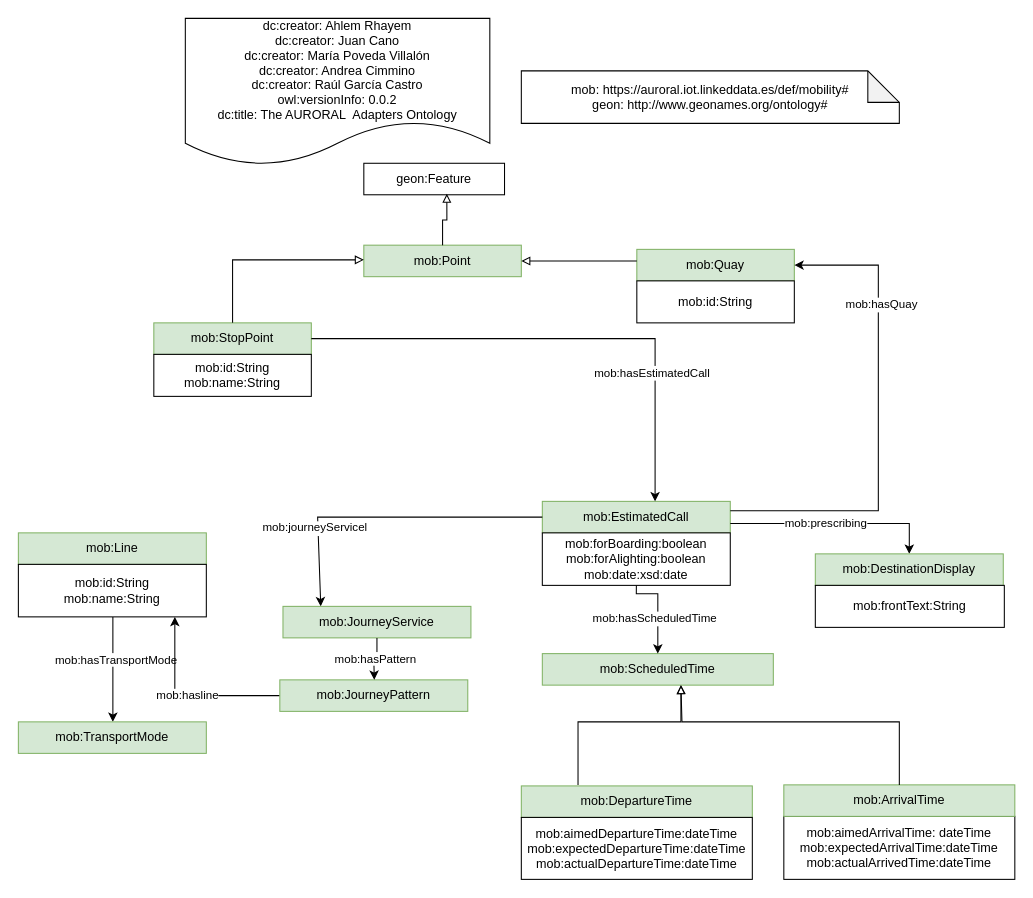
oeg-upm/auroral-mobility-Ontology keeps this draw.io diagram as Diagram/mobility.drawio. Above is the earlier version. Source tidied: cells renumbered, new cells numbered last; positions are measured from the earlier drawing's top-left corner, leaving out a move shared by most shapes. Both pictures are drawn from the tidied source at 105%, with x=0, y=0 at pixel (18, 18).
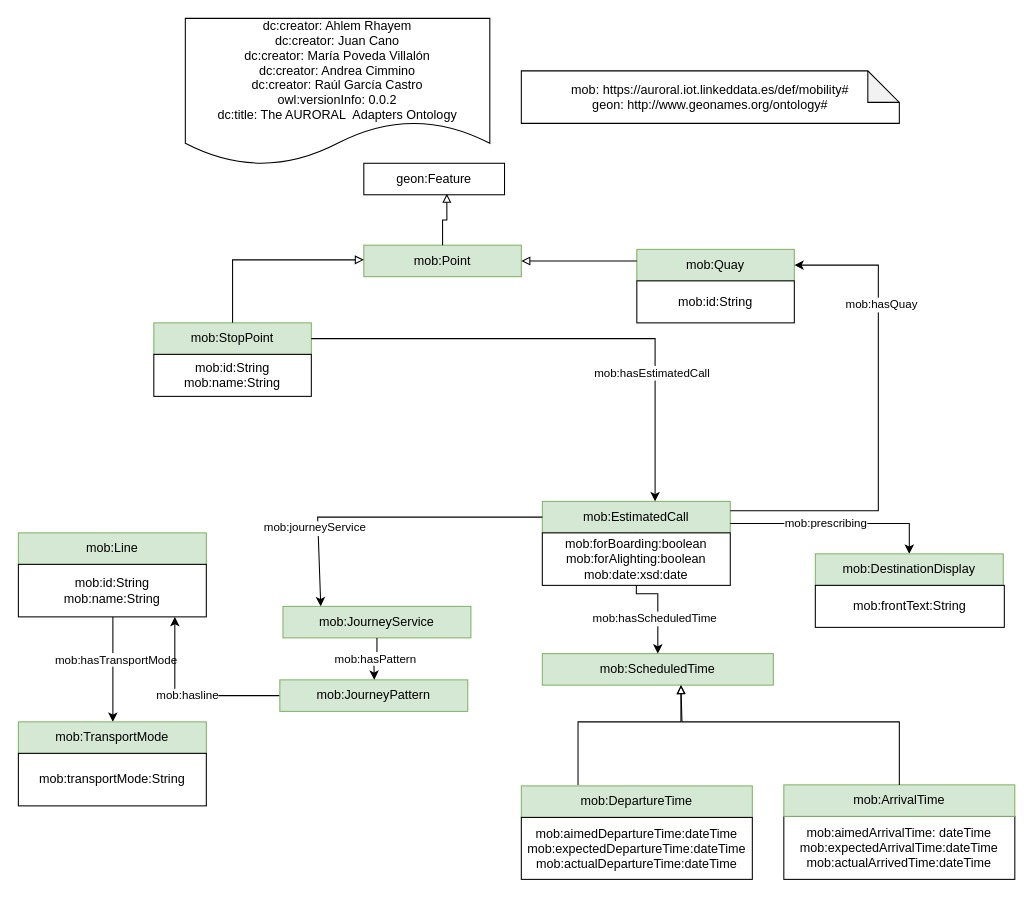
The same diagram, later.

The change refers to these unchanged cells:
```xml
<mxCell id="30" style="edgeStyle=orthogonalEdgeStyle;rounded=0;jettySize=auto;html=1;fontSize=11;endArrow=classic;endFill=1;exitX=0;exitY=0.5;exitDx=0;exitDy=0;" parent="1" edge="1" source="4" target="32">
  <mxGeometry relative="1" as="geometry">
    <Array as="points">
      <mxPoint x="285" y="475" />
    </Array>
  </mxGeometry>
</mxCell>
```

What changed in the source:
```diff
@@
-    <mxCell id="31" value="mob:journeyServicel" style="edgeLabel;align=center;verticalAlign=middle;fontSize=11;" parent="30" vertex="1">
+    <mxCell id="31" value="mob:journeyService" style="edgeLabel;align=center;verticalAlign=middle;fontSize=11;" parent="30" vertex="1">
       <mxGeometry x="0.49" y="-3" relative="1" as="geometry" />
     </mxCell>
@@
+    <mxCell id="43" value="mob:transportMode:String&lt;br&gt;" style="rounded=0;whiteSpace=wrap;html=1;" parent="1" vertex="1">
+      <mxGeometry y="700" width="179" height="50" as="geometry" />
+    </mxCell>
```
